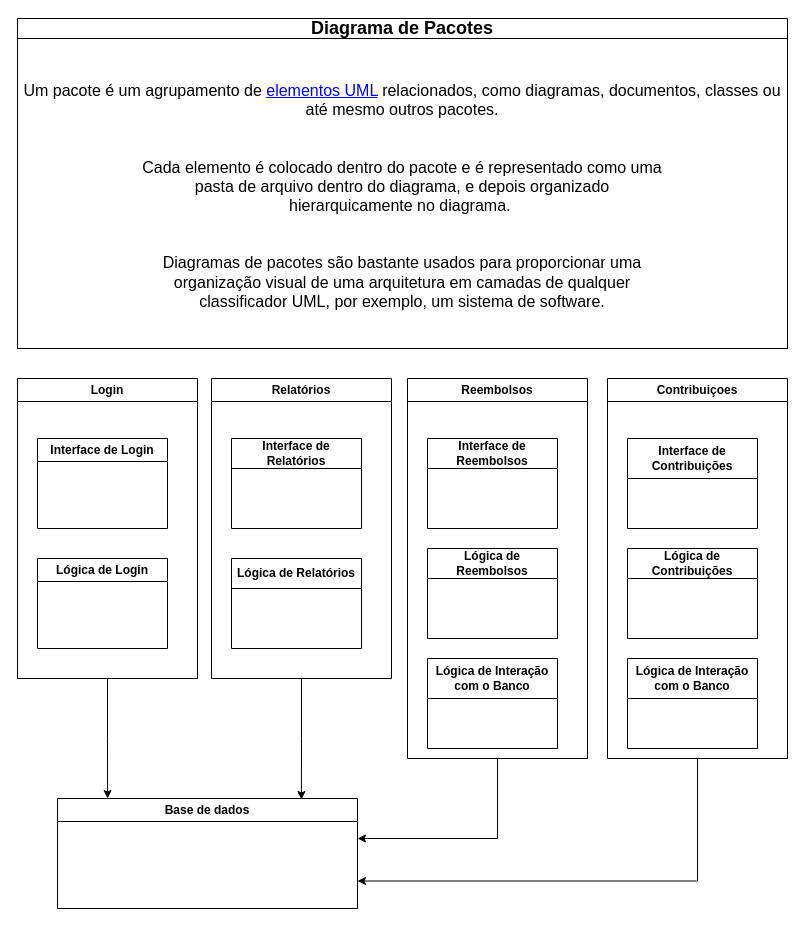
FabianoAM2025/TDS_DB keeps this draw.io diagram as page "Página-1" (1 of 2) of Diagrama de Pacotes2.drawio.xml. Above is the earlier version. Source tidied: cells renumbered, new cells numbered last; positions are measured from the earlier drawing's top-left corner, leaving out a move shared by most shapes. Both pictures are drawn from the tidied source at 100%, with x=0, y=0 at pixel (17, 18).
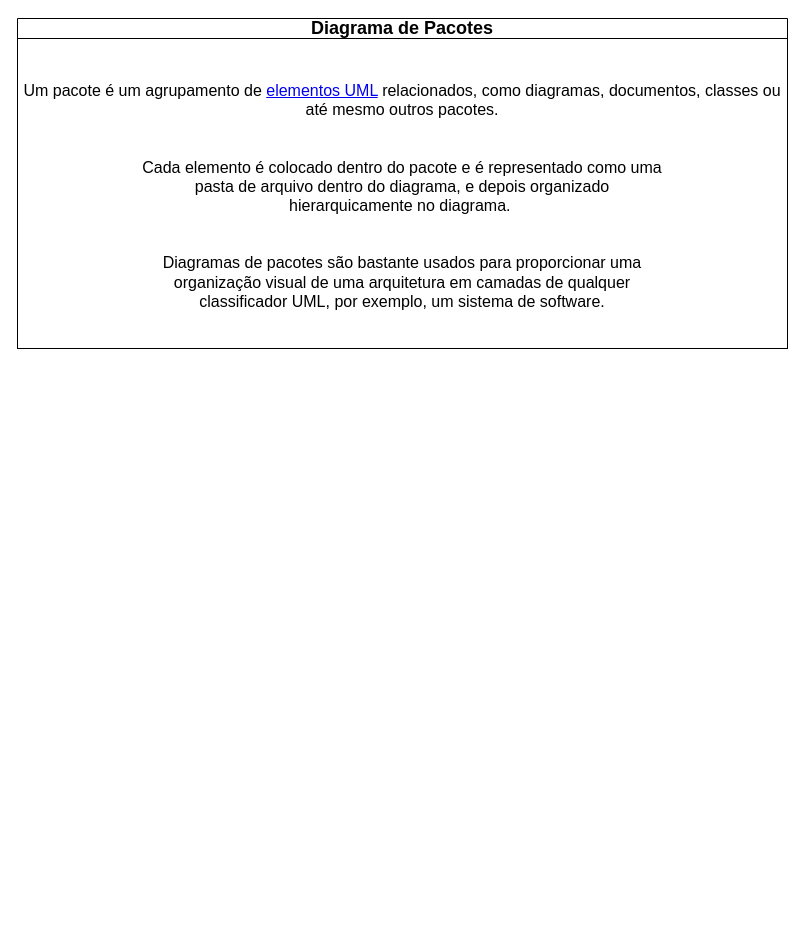
After the change.

What changed in the source:
```diff
@@
-    <mxCell id="2" value="Login" style="swimlane;whiteSpace=wrap;html=1;" parent="1" vertex="1">
-      <mxGeometry y="360" width="180" height="300" as="geometry" />
-    </mxCell>
-    <mxCell id="3" value="Interface de Login" style="swimlane;whiteSpace=wrap;html=1;" parent="2" vertex="1">
-      <mxGeometry x="20" y="60" width="130" height="90" as="geometry" />
-    </mxCell>
-    <mxCell id="4" value="Lógica de Login" style="swimlane;whiteSpace=wrap;html=1;startSize=23;" parent="2" vertex="1">
-      <mxGeometry x="20" y="180" width="130" height="90" as="geometry" />
-    </mxCell>
-    <mxCell id="5" value="Base de dados" style="swimlane;whiteSpace=wrap;html=1;" parent="1" vertex="1">
-      <mxGeometry x="40" y="780" width="300" height="110" as="geometry" />
-    </mxCell>
-    <mxCell id="6" value="Relatórios" style="swimlane;whiteSpace=wrap;html=1;" parent="1" vertex="1">
-      <mxGeometry x="194" y="360" width="180" height="300" as="geometry" />
-    </mxCell>
-    <mxCell id="7" value="Interface de Relatórios" style="swimlane;whiteSpace=wrap;html=1;startSize=30;" parent="6" vertex="1">
-      <mxGeometry x="20" y="60" width="130" height="90" as="geometry" />
-    </mxCell>
-    <mxCell id="8" value="Lógica de Relatórios" style="swimlane;whiteSpace=wrap;html=1;startSize=30;" parent="6" vertex="1">
-      <mxGeometry x="20" y="180" width="130" height="90" as="geometry" />
-    </mxCell>
-    <mxCell id="9" style="edgeStyle=orthogonalEdgeStyle;rounded=0;jettySize=auto;html=1;" parent="1" edge="1" source="10">
-      <mxGeometry relative="1" as="geometry">
-        <mxPoint x="340" y="820" as="targetPoint" />
-        <Array as="points">
-          <mxPoint x="480" y="820" />
-          <mxPoint x="480" y="820" />
-        </Array>
-      </mxGeometry>
-    </mxCell>
-    <mxCell id="10" value="Reembolsos" style="swimlane;whiteSpace=wrap;html=1;" parent="1" vertex="1">
-      <mxGeometry x="390" y="360" width="180" height="380" as="geometry" />
-    </mxCell>
-    <mxCell id="11" value="Interface de Reembolsos" style="swimlane;whiteSpace=wrap;html=1;startSize=30;" parent="10" vertex="1">
-      <mxGeometry x="20" y="60" width="130" height="90" as="geometry" />
-    </mxCell>
-    <mxCell id="12" value="Lógica de Reembolsos" style="swimlane;whiteSpace=wrap;html=1;startSize=30;" parent="10" vertex="1">
-      <mxGeometry x="20" y="170" width="130" height="90" as="geometry" />
-    </mxCell>
-    <mxCell id="13" value="Lógica de Interação com o Banco" style="swimlane;whiteSpace=wrap;html=1;startSize=40;" parent="10" vertex="1">
-      <mxGeometry x="20" y="280" width="130" height="90" as="geometry" />
-    </mxCell>
@@
-    <mxCell id="16" style="edgeStyle=orthogonalEdgeStyle;rounded=0;jettySize=auto;html=1;entryX=1;entryY=0.75;entryDx=0;entryDy=0;" parent="1" edge="1" source="17" target="5">
-      <mxGeometry relative="1" as="geometry">
-        <Array as="points">
-          <mxPoint x="680" y="863" />
-        </Array>
-      </mxGeometry>
-    </mxCell>
-    <mxCell id="17" value="Contribuiçoes" style="swimlane;whiteSpace=wrap;html=1;" parent="1" vertex="1">
-      <mxGeometry x="590" y="360" width="180" height="380" as="geometry" />
-    </mxCell>
-    <mxCell id="18" value="Interface de Contribuições" style="swimlane;whiteSpace=wrap;html=1;startSize=40;" parent="17" vertex="1">
-      <mxGeometry x="20" y="60" width="130" height="90" as="geometry" />
-    </mxCell>
-    <mxCell id="19" value="Lógica de Contribuições" style="swimlane;whiteSpace=wrap;html=1;startSize=30;" parent="17" vertex="1">
-      <mxGeometry x="20" y="170" width="130" height="90" as="geometry" />
-    </mxCell>
-    <mxCell id="20" value="Lógica de Interação com o Banco" style="swimlane;whiteSpace=wrap;html=1;startSize=40;" parent="17" vertex="1">
-      <mxGeometry x="20" y="280" width="130" height="90" as="geometry" />
-    </mxCell>
-    <mxCell id="21" style="edgeStyle=orthogonalEdgeStyle;rounded=0;jettySize=auto;html=1;entryX=0.167;entryY=0;entryDx=0;entryDy=0;entryPerimeter=0;" parent="1" edge="1" source="2" target="5">
-      <mxGeometry relative="1" as="geometry" />
-    </mxCell>
-    <mxCell id="22" style="edgeStyle=orthogonalEdgeStyle;rounded=0;jettySize=auto;html=1;entryX=0.813;entryY=0.009;entryDx=0;entryDy=0;entryPerimeter=0;" parent="1" edge="1" source="6" target="5">
-      <mxGeometry relative="1" as="geometry" />
-    </mxCell>
```
